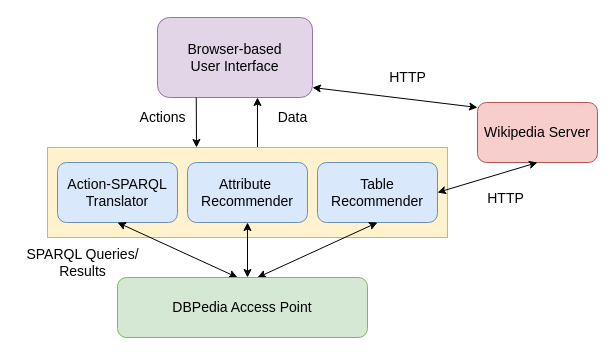
Above: System Diagram.drawio in KoSpades/hello-world (draw.io), before the change. Source tidied: cells renumbered, new cells numbered last; positions are measured from the earlier drawing's top-left corner, leaving out a move shared by most shapes. Both pictures are drawn from the tidied source at 100%, with x=0, y=0 at pixel (17, 17).
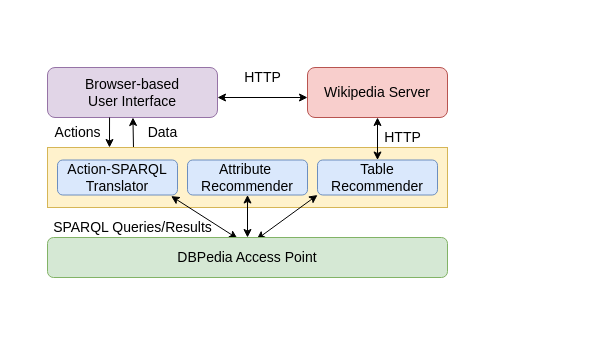
After the change.

Diff of the diagram source:
```diff
@@
     <mxCell id="2" value="&lt;font style=&quot;font-size: 14px&quot;&gt;Browser-based &lt;br&gt;User Interface&lt;/font&gt;" style="rounded=1;whiteSpace=wrap;html=1;fillColor=#e1d5e7;strokeColor=#9673a6;" parent="1" vertex="1">
-      <mxGeometry x="140" width="155" height="80" as="geometry" />
+      <mxGeometry x="30" y="50" width="170" height="50" as="geometry" />
     </mxCell>
     <mxCell id="3" style="endArrow=classic;startArrow=classic;html=1;" parent="1" edge="1">
       <mxGeometry relative="1" as="geometry">
-        <mxPoint x="295" y="70" as="sourcePoint" />
-        <mxPoint x="460" y="90" as="targetPoint" />
+        <mxPoint x="200" y="80" as="sourcePoint" />
+        <mxPoint x="290" y="80" as="targetPoint" />
       </mxGeometry>
     </mxCell>
     <mxCell id="4" value="&lt;font style=&quot;font-size: 14px&quot;&gt;HTTP&lt;/font&gt;" style="text;html=1;align=center;verticalAlign=middle;" parent="1" vertex="1">
-      <mxGeometry x="365" y="50" width="50" height="20" as="geometry" />
+      <mxGeometry x="220" y="50" width="50" height="20" as="geometry" />
     </mxCell>
     <mxCell id="5" value="&lt;font style=&quot;font-size: 14px&quot;&gt;Wikipedia Server&lt;/font&gt;" style="rounded=1;whiteSpace=wrap;html=1;fillColor=#f8cecc;strokeColor=#b85450;" parent="1" vertex="1">
-      <mxGeometry x="460" y="85" width="120" height="60" as="geometry" />
+      <mxGeometry x="290" y="50" width="140" height="50" as="geometry" />
     </mxCell>
-    <mxCell id="6" style="endArrow=classic;html=1;exitX=0.25;exitY=1;exitDx=0;exitDy=0;" parent="1" edge="1" source="2">
-      <mxGeometry relative="1" as="geometry">
-        <mxPoint x="179" y="130" as="targetPoint" />
-      </mxGeometry>
-    </mxCell>
     <mxCell id="7" value="&lt;font style=&quot;font-size: 14px&quot;&gt;Actions&lt;/font&gt;" style="text;html=1;align=center;verticalAlign=middle;" parent="1" vertex="1">
-      <mxGeometry x="115" y="90" width="60" height="20" as="geometry" />
+      <mxGeometry x="30" y="105" width="60" height="20" as="geometry" />
     </mxCell>
-    <mxCell id="8" style="endArrow=classic;html=1;entryX=0.645;entryY=1;entryDx=0;entryDy=0;entryPerimeter=0;" parent="1" edge="1" target="2">
+    <mxCell id="8" style="endArrow=classic;html=1;" parent="1" edge="1" target="2">
       <mxGeometry relative="1" as="geometry">
-        <mxPoint x="240" y="130" as="sourcePoint" />
+        <mxPoint x="116" y="131" as="sourcePoint" />
       </mxGeometry>
     </mxCell>
     <mxCell id="9" value="&lt;font style=&quot;font-size: 14px&quot;&gt;Data&lt;/font&gt;" style="text;html=1;align=center;verticalAlign=middle;" parent="1" vertex="1">
-      <mxGeometry x="250" y="90" width="50" height="20" as="geometry" />
+      <mxGeometry x="120" y="105" width="50" height="20" as="geometry" />
     </mxCell>
     <mxCell id="10" style="rounded=0;whiteSpace=wrap;html=1;fillColor=#fff2cc;strokeColor=#d6b656;" parent="1" vertex="1">
-      <mxGeometry x="30" y="130" width="400" height="90" as="geometry" />
+      <mxGeometry x="30" y="130" width="400" height="60" as="geometry" />
     </mxCell>
     <mxCell id="11" value="&lt;font style=&quot;font-size: 14px&quot;&gt;Action-SPARQL&lt;br&gt;Translator&lt;/font&gt;" style="rounded=1;whiteSpace=wrap;html=1;fillColor=#dae8fc;strokeColor=#6c8ebf;" parent="1" vertex="1">
-      <mxGeometry x="40" y="145" width="120" height="60" as="geometry" />
+      <mxGeometry x="40" y="142.5" width="120" height="35" as="geometry" />
     </mxCell>
     <mxCell id="12" value="&lt;font style=&quot;font-size: 14px&quot;&gt;Attribute&amp;nbsp;&lt;br&gt;Recommender&lt;/font&gt;" style="rounded=1;whiteSpace=wrap;html=1;fillColor=#dae8fc;strokeColor=#6c8ebf;" parent="1" vertex="1">
-      <mxGeometry x="170" y="145" width="120" height="60" as="geometry" />
+      <mxGeometry x="170" y="142.5" width="120" height="35" as="geometry" />
     </mxCell>
     <mxCell id="13" value="&lt;font style=&quot;font-size: 14px&quot;&gt;Table&lt;br&gt;Recommender&lt;/font&gt;" style="rounded=1;whiteSpace=wrap;html=1;fillColor=#dae8fc;strokeColor=#6c8ebf;" parent="1" vertex="1">
-      <mxGeometry x="300" y="145" width="120" height="60" as="geometry" />
+      <mxGeometry x="300" y="142.5" width="120" height="35" as="geometry" />
     </mxCell>
-    <mxCell id="14" style="endArrow=classic;startArrow=classic;html=1;entryX=0.5;entryY=1;entryDx=0;entryDy=0;exitX=1;exitY=0.5;exitDx=0;exitDy=0;" parent="1" edge="1" source="13" target="5">
+    <mxCell id="14" style="endArrow=classic;startArrow=classic;html=1;entryX=0.5;entryY=1;entryDx=0;entryDy=0;exitX=0.5;exitY=0;exitDx=0;exitDy=0;" parent="1" edge="1" source="13" target="5">
       <mxGeometry relative="1" as="geometry" />
     </mxCell>
     <mxCell id="15" value="&lt;font style=&quot;font-size: 14px&quot;&gt;HTTP&lt;/font&gt;" style="text;html=1;align=center;verticalAlign=middle;" parent="1" vertex="1">
-      <mxGeometry x="463" y="171" width="50" height="20" as="geometry" />
+      <mxGeometry x="360" y="110" width="50" height="20" as="geometry" />
     </mxCell>
-    <mxCell id="16" style="endArrow=classic;startArrow=classic;html=1;entryX=0.5;entryY=1;entryDx=0;entryDy=0;" parent="1" edge="1" target="11">
-      <mxGeometry relative="1" as="geometry">
-        <mxPoint x="220" y="260" as="sourcePoint" />
-      </mxGeometry>
+    <mxCell id="16" style="endArrow=classic;startArrow=classic;html=1;entryX=0.947;entryY=1.031;entryDx=0;entryDy=0;entryPerimeter=0;exitX=0.475;exitY=0.025;exitDx=0;exitDy=0;exitPerimeter=0;" parent="1" edge="1" source="20" target="11">
+      <mxGeometry relative="1" as="geometry" />
     </mxCell>
-    <mxCell id="17" style="endArrow=classic;startArrow=classic;html=1;entryX=0.5;entryY=1;entryDx=0;entryDy=0;" parent="1" edge="1" target="13">
-      <mxGeometry relative="1" as="geometry">
-        <mxPoint x="240" y="260" as="sourcePoint" />
-      </mxGeometry>
+    <mxCell id="17" style="endArrow=classic;startArrow=classic;html=1;entryX=0;entryY=1;entryDx=0;entryDy=0;exitX=0.523;exitY=0.045;exitDx=0;exitDy=0;exitPerimeter=0;" parent="1" edge="1" source="20" target="13">
+      <mxGeometry relative="1" as="geometry" />
     </mxCell>
     <mxCell id="18" style="endArrow=classic;startArrow=classic;html=1;entryX=0.5;entryY=1;entryDx=0;entryDy=0;" parent="1" edge="1" target="12">
       <mxGeometry relative="1" as="geometry">
-        <mxPoint x="230" y="260" as="sourcePoint" />
+        <mxPoint x="230" y="220" as="sourcePoint" />
       </mxGeometry>
     </mxCell>
-    <mxCell id="19" value="&lt;font style=&quot;font-size: 14px&quot;&gt;SPARQL Queries/&lt;br&gt;Results&lt;/font&gt;" style="text;html=1;align=center;verticalAlign=middle;" parent="1" vertex="1">
-      <mxGeometry y="230" width="130" height="30" as="geometry" />
+    <mxCell id="19" value="&lt;font style=&quot;font-size: 14px&quot;&gt;SPARQL Queries/Results&lt;/font&gt;" style="text;html=1;align=center;verticalAlign=middle;" parent="1" vertex="1">
+      <mxGeometry x="30" y="200" width="170" height="20" as="geometry" />
     </mxCell>
     <mxCell id="20" value="&lt;font style=&quot;font-size: 14px&quot;&gt;DBPedia Access Point&lt;/font&gt;" style="rounded=1;whiteSpace=wrap;html=1;fillColor=#d5e8d4;strokeColor=#82b366;" parent="1" vertex="1">
-      <mxGeometry x="100" y="260" width="250" height="60" as="geometry" />
+      <mxGeometry x="30" y="220" width="400" height="40" as="geometry" />
     </mxCell>
@@
+    <mxCell id="22" style="endArrow=classic;html=1;exitX=0.365;exitY=1;exitDx=0;exitDy=0;exitPerimeter=0;" parent="1" edge="1" source="2">
+      <mxGeometry relative="1" as="geometry">
+        <mxPoint x="92" y="130" as="targetPoint" />
+      </mxGeometry>
+    </mxCell>
```
